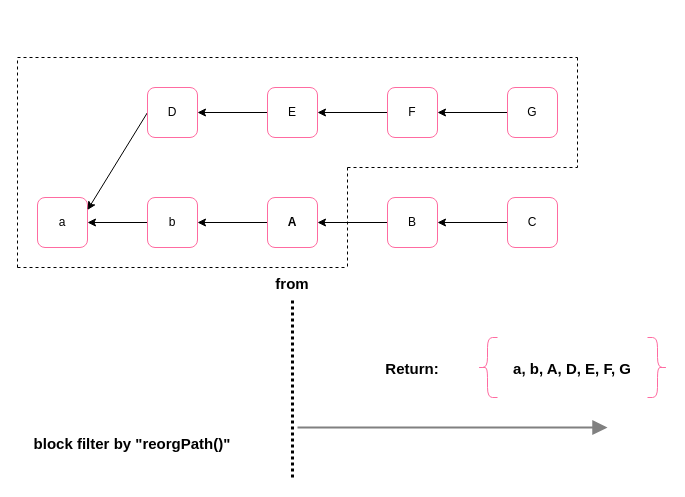
Before: meganode-filters-reorg.drawio in aweneagle/aweneagle.github.io, a draw.io diagram. Source tidied: cells renumbered, new cells numbered last; positions are measured from the earlier drawing's top-left corner, leaving out a move shared by most shapes. Both pictures are drawn from the tidied source at 100%, with x=0, y=0 at pixel (17, 57).
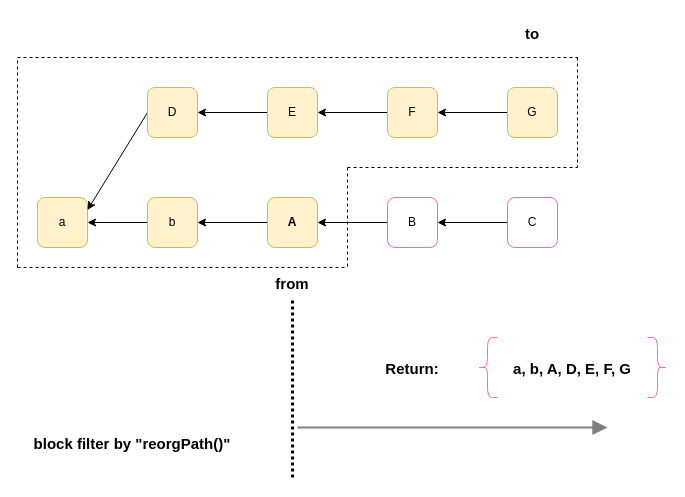
Above is the later version.

Change to the diagram source:
```diff
@@
-    <mxCell id="2" value="a" style="rounded=1;whiteSpace=wrap;html=1;strokeColor=#FF6BA1;" parent="1" vertex="1">
+    <mxCell id="2" value="a" style="rounded=1;whiteSpace=wrap;html=1;strokeColor=#d6b656;fillColor=#fff2cc;" parent="1" vertex="1">
       <mxGeometry x="20" y="140" width="50" height="50" as="geometry" />
     </mxCell>
@@
-    <mxCell id="4" value="b" style="rounded=1;whiteSpace=wrap;html=1;strokeColor=#FF6BA1;" parent="1" vertex="1">
+    <mxCell id="4" value="b" style="rounded=1;whiteSpace=wrap;html=1;strokeColor=#d6b656;fillColor=#fff2cc;" parent="1" vertex="1">
       <mxGeometry x="130" y="140" width="50" height="50" as="geometry" />
     </mxCell>
@@
-    <mxCell id="6" value="&lt;b&gt;A&lt;/b&gt;" style="rounded=1;whiteSpace=wrap;html=1;strokeColor=#FF6BA1;" parent="1" vertex="1">
+    <mxCell id="6" value="&lt;b&gt;A&lt;/b&gt;" style="rounded=1;whiteSpace=wrap;html=1;strokeColor=#d6b656;fillColor=#fff2cc;" parent="1" vertex="1">
       <mxGeometry x="250" y="140" width="50" height="50" as="geometry" />
     </mxCell>
@@
-    <mxCell id="12" value="D" style="rounded=1;whiteSpace=wrap;html=1;strokeColor=#FF6BA1;" parent="1" vertex="1">
+    <mxCell id="12" value="D" style="rounded=1;whiteSpace=wrap;html=1;strokeColor=#d6b656;fillColor=#fff2cc;" parent="1" vertex="1">
       <mxGeometry x="130" y="30" width="50" height="50" as="geometry" />
     </mxCell>
@@
-    <mxCell id="14" value="E" style="rounded=1;whiteSpace=wrap;html=1;strokeColor=#FF6BA1;" parent="1" vertex="1">
+    <mxCell id="14" value="E" style="rounded=1;whiteSpace=wrap;html=1;strokeColor=#d6b656;fillColor=#fff2cc;" parent="1" vertex="1">
       <mxGeometry x="250" y="30" width="50" height="50" as="geometry" />
     </mxCell>
@@
-    <mxCell id="16" value="F" style="rounded=1;whiteSpace=wrap;html=1;strokeColor=#FF6BA1;" parent="1" vertex="1">
+    <mxCell id="16" value="F" style="rounded=1;whiteSpace=wrap;html=1;strokeColor=#d6b656;fillColor=#fff2cc;" parent="1" vertex="1">
       <mxGeometry x="370" y="30" width="50" height="50" as="geometry" />
     </mxCell>
@@
-    <mxCell id="18" value="G" style="rounded=1;whiteSpace=wrap;html=1;strokeColor=#FF6BA1;" parent="1" vertex="1">
+    <mxCell id="18" value="G" style="rounded=1;whiteSpace=wrap;html=1;strokeColor=#d6b656;fillColor=#fff2cc;" parent="1" vertex="1">
       <mxGeometry x="490" y="30" width="50" height="50" as="geometry" />
     </mxCell>
@@
+    <mxCell id="33" value="to" style="text;strokeColor=none;fillColor=none;align=center;verticalAlign=middle;spacingLeft=4;spacingRight=4;overflow=hidden;fontStyle=1;fontSize=15;" parent="1" vertex="1">
+      <mxGeometry x="475" y="-40" width="80" height="30" as="geometry" />
+    </mxCell>
```
